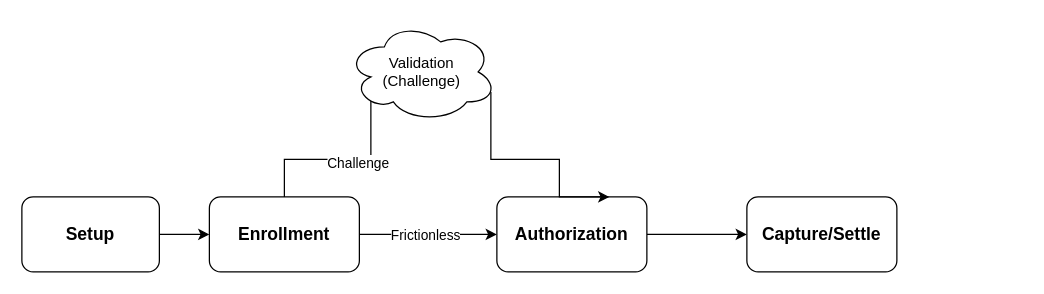
Before: skyVerge.drawio in alejandroatacho/diagrams.net, a draw.io diagram. Source tidied: cells renumbered, new cells numbered last; positions are measured from the earlier drawing's top-left corner, leaving out a move shared by most shapes. Both pictures are drawn from the tidied source at 125%, with x=0, y=0 at pixel (21, 21).
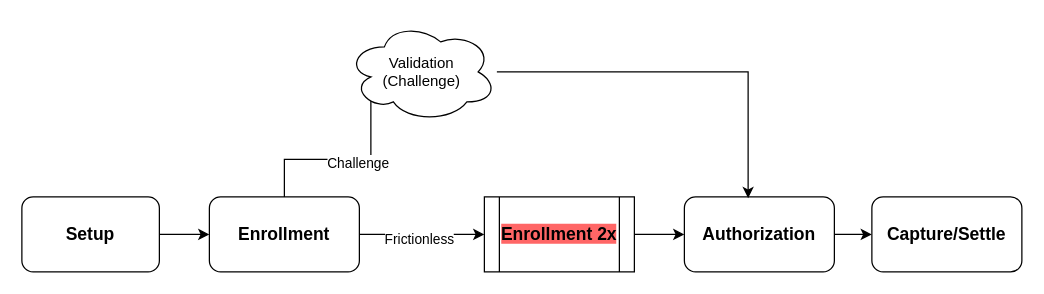
After the change.

Change to the diagram source:
```diff
@@
 <mxGraphModel>
   <root>
     <mxCell id="0" />
     <mxCell id="1" parent="0" />
     <mxCell id="2" style="edgeStyle=orthogonalEdgeStyle;rounded=0;jettySize=auto;html=1;entryX=0;entryY=0.5;entryDx=0;entryDy=0;" parent="1" edge="1" source="3" target="8">
       <mxGeometry relative="1" as="geometry" />
     </mxCell>
     <mxCell id="3" value="&lt;b&gt;&lt;font style=&quot;font-size: 14px;&quot;&gt;Setup&lt;/font&gt;&lt;/b&gt;" style="rounded=1;whiteSpace=wrap;html=1;" parent="1" vertex="1">
       <mxGeometry y="140" width="110" height="60" as="geometry" />
     </mxCell>
     <mxCell id="4" style="edgeStyle=orthogonalEdgeStyle;rounded=0;jettySize=auto;html=1;entryX=0.16;entryY=0.55;entryDx=0;entryDy=0;entryPerimeter=0;" parent="1" edge="1" source="8" target="13">
       <mxGeometry relative="1" as="geometry" />
     </mxCell>
     <mxCell id="5" value="Challenge" style="edgeLabel;html=1;align=center;verticalAlign=middle;" parent="4" vertex="1">
       <mxGeometry x="0.07" y="-2" relative="1" as="geometry" />
     </mxCell>
-    <mxCell id="6" style="edgeStyle=orthogonalEdgeStyle;rounded=0;jettySize=auto;html=1;" parent="1" edge="1" source="8" target="10">
-      <mxGeometry relative="1" as="geometry" />
-    </mxCell>
+    <mxCell id="14" style="edgeStyle=orthogonalEdgeStyle;rounded=0;jettySize=auto;html=1;exitX=1;exitY=0.5;exitDx=0;exitDy=0;" parent="1" edge="1" source="8" target="16">
+      <mxGeometry relative="1" as="geometry" />
+    </mxCell>
-    <mxCell id="7" value="Frictionless" style="edgeLabel;html=1;align=center;verticalAlign=middle;" parent="6" vertex="1">
-      <mxGeometry x="-0.05" relative="1" as="geometry" />
+    <mxCell id="7" value="Frictionless" style="edgeLabel;html=1;align=center;verticalAlign=middle;" parent="14" vertex="1">
+      <mxGeometry x="-0.06" y="-3" relative="1" as="geometry" />
     </mxCell>
     <mxCell id="8" value="&lt;b&gt;&lt;font style=&quot;font-size: 14px;&quot;&gt;Enrollment&lt;/font&gt;&lt;/b&gt;" style="rounded=1;whiteSpace=wrap;html=1;" parent="1" vertex="1">
       <mxGeometry x="150" y="140" width="120" height="60" as="geometry" />
     </mxCell>
     <mxCell id="9" style="edgeStyle=orthogonalEdgeStyle;rounded=0;jettySize=auto;html=1;" parent="1" edge="1" source="10" target="11">
       <mxGeometry relative="1" as="geometry" />
     </mxCell>
     <mxCell id="10" value="&lt;b&gt;&lt;font style=&quot;font-size: 14px;&quot;&gt;Authorization&lt;/font&gt;&lt;/b&gt;" style="rounded=1;whiteSpace=wrap;html=1;" parent="1" vertex="1">
-      <mxGeometry x="380" y="140" width="120" height="60" as="geometry" />
+      <mxGeometry x="530" y="140" width="120" height="60" as="geometry" />
     </mxCell>
     <mxCell id="11" value="&lt;b&gt;&lt;font style=&quot;font-size: 14px;&quot;&gt;Capture/Settle&lt;/font&gt;&lt;/b&gt;" style="rounded=1;whiteSpace=wrap;html=1;" parent="1" vertex="1">
-      <mxGeometry x="580" y="140" width="120" height="60" as="geometry" />
+      <mxGeometry x="680" y="140" width="120" height="60" as="geometry" />
     </mxCell>
+    <mxCell id="13" value="Validation&lt;div&gt;(Challenge)&lt;/div&gt;" style="ellipse;shape=cloud;whiteSpace=wrap;html=1;" parent="1" vertex="1">
+      <mxGeometry x="260" width="120" height="80" as="geometry" />
+    </mxCell>
+    <mxCell id="15" style="edgeStyle=orthogonalEdgeStyle;rounded=0;jettySize=auto;html=1;entryX=0;entryY=0.5;entryDx=0;entryDy=0;" parent="1" edge="1" source="16" target="10">
+      <mxGeometry relative="1" as="geometry" />
+    </mxCell>
+    <mxCell id="16" value="&lt;b&gt;&lt;font style=&quot;font-size: 14px; background-color: rgb(255, 102, 102);&quot;&gt;Enrollment 2x&lt;/font&gt;&lt;/b&gt;" style="shape=process;whiteSpace=wrap;html=1;backgroundOutline=1;" parent="1" vertex="1">
+      <mxGeometry x="370" y="140" width="120" height="60" as="geometry" />
+    </mxCell>
-    <mxCell id="12" style="edgeStyle=orthogonalEdgeStyle;rounded=0;jettySize=auto;html=1;entryX=0.75;entryY=0;entryDx=0;entryDy=0;exitX=0.96;exitY=0.7;exitDx=0;exitDy=0;exitPerimeter=0;" parent="1" edge="1" source="13" target="10">
-      <mxGeometry relative="1" as="geometry">
-        <Array as="points">
-          <mxPoint x="375" y="110" />
-          <mxPoint x="430" y="110" />
-          <mxPoint x="430" y="140" />
-        </Array>
-      </mxGeometry>
+    <mxCell id="12" style="edgeStyle=orthogonalEdgeStyle;rounded=0;jettySize=auto;html=1;entryX=0.425;entryY=0.017;entryDx=0;entryDy=0;entryPerimeter=0;" parent="1" edge="1" source="13" target="10">
+      <mxGeometry relative="1" as="geometry" />
     </mxCell>
-    <mxCell id="13" value="Validation&lt;div&gt;(Challenge)&lt;/div&gt;" style="ellipse;shape=cloud;whiteSpace=wrap;html=1;" parent="1" vertex="1">
-      <mxGeometry x="260" width="120" height="80" as="geometry" />
-    </mxCell>
   </root>
 </mxGraphModel>
```
